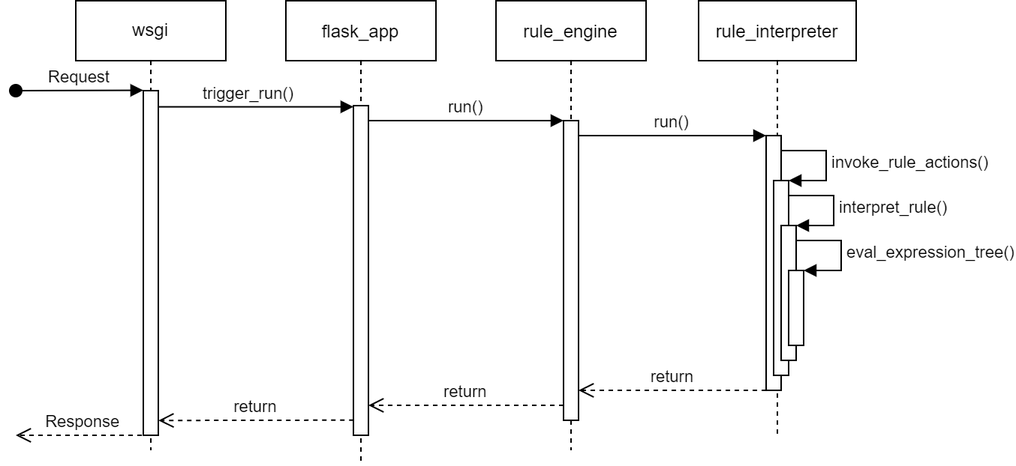
Before: images/regelmaschine_sequenz.png, a diagram exported from draw.io (daydar/master-thesis). Source tidied: cells renumbered, new cells last; positions are measured from the earlier drawing's top-left corner, leaving out a move shared by most shapes. Source of this version:
```xml
<mxGraphModel>
  <root>
    <mxCell id="0" />
    <mxCell id="1" parent="0" />
    <mxCell id="2" value="flask_app" style="shape=umlLifeline;perimeter=lifelinePerimeter;rounded=0;shadow=0;strokeWidth=1;" parent="1" vertex="1">
      <mxGeometry x="180" width="100" height="310" as="geometry" />
    </mxCell>
    <mxCell id="3" style="points=[];perimeter=orthogonalPerimeter;rounded=0;shadow=0;strokeWidth=1;" parent="2" vertex="1">
      <mxGeometry x="45" y="70" width="10" height="220" as="geometry" />
    </mxCell>
    <mxCell id="4" value="rule_engine" style="shape=umlLifeline;perimeter=lifelinePerimeter;rounded=0;shadow=0;strokeWidth=1;" parent="1" vertex="1">
      <mxGeometry x="320" width="100" height="300" as="geometry" />
    </mxCell>
    <mxCell id="5" style="points=[];perimeter=orthogonalPerimeter;rounded=0;shadow=0;strokeWidth=1;" parent="4" vertex="1">
      <mxGeometry x="45" y="80" width="10" height="200" as="geometry" />
    </mxCell>
    <mxCell id="6" value="return" style="verticalAlign=bottom;endArrow=open;dashed=1;endSize=8;exitX=0;exitY=0.95;shadow=0;strokeWidth=1;" parent="1" edge="1" source="5" target="3">
      <mxGeometry relative="1" as="geometry" />
    </mxCell>
    <mxCell id="7" value="run()" style="verticalAlign=bottom;endArrow=block;shadow=0;strokeWidth=1;entryX=0;entryY=0;entryDx=0;entryDy=0;entryPerimeter=0;" parent="1" edge="1" source="3" target="5">
      <mxGeometry relative="1" as="geometry" />
    </mxCell>
    <mxCell id="8" value="rule_interpreter" style="shape=umlLifeline;perimeter=lifelinePerimeter;rounded=0;shadow=0;strokeWidth=1;" parent="1" vertex="1">
      <mxGeometry x="455" width="105" height="290" as="geometry" />
    </mxCell>
    <mxCell id="9" style="perimeter=orthogonalPerimeter;rounded=0;shadow=0;strokeWidth=1;" parent="8" vertex="1">
      <mxGeometry x="45" y="90" width="10" height="170" as="geometry" />
    </mxCell>
    <mxCell id="10" style="html=1;points=[];perimeter=orthogonalPerimeter;" parent="8" vertex="1">
      <mxGeometry x="50" y="120" width="10" height="130" as="geometry" />
    </mxCell>
    <mxCell id="11" value="invoke_rule_actions()" style="edgeStyle=orthogonalEdgeStyle;html=1;align=left;spacingLeft=2;endArrow=block;rounded=0;entryX=1;entryY=0;" parent="8" edge="1" target="10">
      <mxGeometry relative="1" as="geometry">
        <mxPoint x="55" y="100" as="sourcePoint" />
        <Array as="points">
          <mxPoint x="85" y="100" />
        </Array>
      </mxGeometry>
    </mxCell>
    <mxCell id="12" style="html=1;points=[];perimeter=orthogonalPerimeter;" parent="8" vertex="1">
      <mxGeometry x="55" y="150" width="10" height="90" as="geometry" />
    </mxCell>
    <mxCell id="13" value="interpret_rule()" style="edgeStyle=orthogonalEdgeStyle;html=1;align=left;spacingLeft=2;endArrow=block;rounded=0;entryX=1;entryY=0;" parent="8" edge="1" target="12">
      <mxGeometry relative="1" as="geometry">
        <mxPoint x="60" y="130" as="sourcePoint" />
        <Array as="points">
          <mxPoint x="90" y="130" />
        </Array>
      </mxGeometry>
    </mxCell>
    <mxCell id="14" style="html=1;points=[];perimeter=orthogonalPerimeter;" parent="8" vertex="1">
      <mxGeometry x="60" y="180" width="10" height="50" as="geometry" />
    </mxCell>
    <mxCell id="15" value="eval_expression_tree()" style="edgeStyle=orthogonalEdgeStyle;html=1;align=left;spacingLeft=2;endArrow=block;rounded=0;entryX=1;entryY=0;" parent="8" edge="1" target="14">
      <mxGeometry relative="1" as="geometry">
        <mxPoint x="65" y="160" as="sourcePoint" />
        <Array as="points">
          <mxPoint x="95" y="160" />
        </Array>
      </mxGeometry>
    </mxCell>
    <mxCell id="16" value="run()" style="verticalAlign=bottom;endArrow=block;shadow=0;strokeWidth=1;exitX=1;exitY=0.05;exitDx=0;exitDy=0;exitPerimeter=0;" parent="1" edge="1" source="5">
      <mxGeometry relative="1" as="geometry">
        <mxPoint x="500" y="90" as="targetPoint" />
      </mxGeometry>
    </mxCell>
    <mxCell id="17" value="return" style="verticalAlign=bottom;endArrow=open;dashed=1;endSize=8;exitX=0;exitY=0.95;shadow=0;strokeWidth=1;entryX=1;entryY=0.9;entryDx=0;entryDy=0;entryPerimeter=0;" parent="1" edge="1" target="5">
      <mxGeometry relative="1" as="geometry">
        <mxPoint x="500" y="260" as="sourcePoint" />
      </mxGeometry>
    </mxCell>
    <mxCell id="18" value="trigger_run()" style="verticalAlign=bottom;startArrow=none;endArrow=block;startSize=8;shadow=0;strokeWidth=1;exitX=0.998;exitY=0.045;exitDx=0;exitDy=0;exitPerimeter=0;startFill=0;" parent="1" edge="1" target="3">
      <mxGeometry relative="1" as="geometry">
        <mxPoint x="85" y="70.8" as="sourcePoint" />
      </mxGeometry>
    </mxCell>
    <mxCell id="19" value="return" style="verticalAlign=bottom;endArrow=open;dashed=1;endSize=8;shadow=0;strokeWidth=1;exitX=0.012;exitY=0.954;exitDx=0;exitDy=0;exitPerimeter=0;entryX=1.013;entryY=0.957;entryDx=0;entryDy=0;entryPerimeter=0;" parent="1" edge="1" source="3" target="21">
      <mxGeometry relative="1" as="geometry" />
    </mxCell>
    <mxCell id="20" value="wsgi" style="shape=umlLifeline;perimeter=lifelinePerimeter;whiteSpace=wrap;html=1;outlineConnect=0;" parent="1" vertex="1">
      <mxGeometry x="40" width="100" height="300" as="geometry" />
    </mxCell>
    <mxCell id="21" style="html=1;points=[];perimeter=orthogonalPerimeter;" parent="20" vertex="1">
      <mxGeometry x="45" y="60" width="10" height="230" as="geometry" />
    </mxCell>
    <mxCell id="22" value="Response" style="verticalAlign=bottom;endArrow=open;dashed=1;endSize=8;shadow=0;strokeWidth=1;exitX=0.012;exitY=0.954;exitDx=0;exitDy=0;exitPerimeter=0;" parent="1" edge="1">
      <mxGeometry relative="1" as="geometry">
        <mxPoint x="90" y="290" as="sourcePoint" />
        <mxPoint y="290" as="targetPoint" />
      </mxGeometry>
    </mxCell>
    <mxCell id="23" value="Request" style="html=1;verticalAlign=bottom;startArrow=oval;startFill=1;endArrow=block;startSize=8;rounded=0;entryX=-0.005;entryY=-0.001;entryDx=0;entryDy=0;entryPerimeter=0;" parent="1" edge="1" target="21">
      <mxGeometry relative="1" as="geometry">
        <mxPoint y="60" as="sourcePoint" />
      </mxGeometry>
    </mxCell>
  </root>
</mxGraphModel>
```
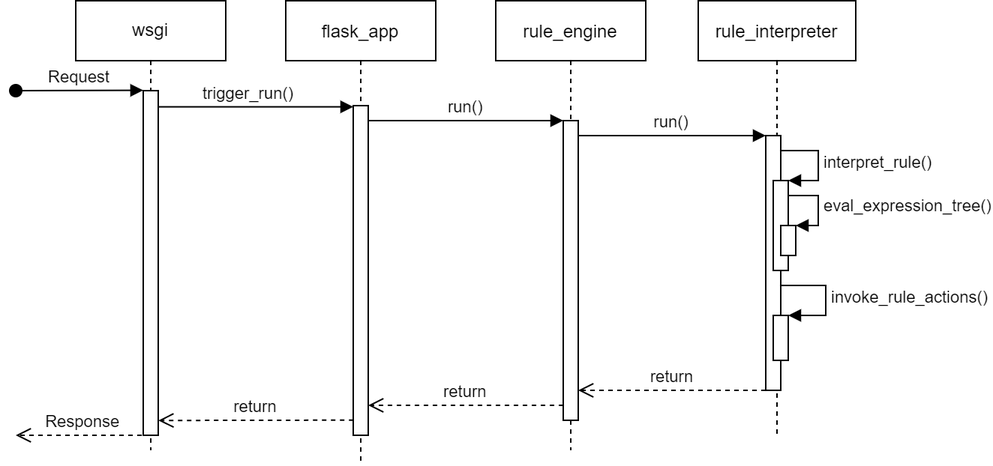
After the change.

Commit message:
fix: correct sequence image

Diff of the diagram source:
```diff
@@ -27,71 +27,71 @@
       <mxGeometry x="45" y="90" width="10" height="170" as="geometry" />
     </mxCell>
     <mxCell id="10" style="html=1;points=[];perimeter=orthogonalPerimeter;" parent="8" vertex="1">
-      <mxGeometry x="50" y="120" width="10" height="130" as="geometry" />
+      <mxGeometry x="50" y="120" width="10" height="60" as="geometry" />
     </mxCell>
-    <mxCell id="11" value="invoke_rule_actions()" style="edgeStyle=orthogonalEdgeStyle;html=1;align=left;spacingLeft=2;endArrow=block;rounded=0;entryX=1;entryY=0;" parent="8" edge="1" target="10">
+    <mxCell id="11" value="interpret_rule()" style="edgeStyle=orthogonalEdgeStyle;html=1;align=left;spacingLeft=2;endArrow=block;rounded=0;entryX=1;entryY=0;" parent="8" edge="1" target="10">
       <mxGeometry relative="1" as="geometry">
         <mxPoint x="55" y="100" as="sourcePoint" />
         <Array as="points">
-          <mxPoint x="85" y="100" />
+          <mxPoint x="80" y="100" />
         </Array>
       </mxGeometry>
     </mxCell>
     <mxCell id="12" style="html=1;points=[];perimeter=orthogonalPerimeter;" parent="8" vertex="1">
-      <mxGeometry x="55" y="150" width="10" height="90" as="geometry" />
+      <mxGeometry x="55" y="150" width="10" height="20" as="geometry" />
     </mxCell>
-    <mxCell id="13" value="interpret_rule()" style="edgeStyle=orthogonalEdgeStyle;html=1;align=left;spacingLeft=2;endArrow=block;rounded=0;entryX=1;entryY=0;" parent="8" edge="1" target="12">
+    <mxCell id="13" value="eval_expression_tree()" style="edgeStyle=orthogonalEdgeStyle;html=1;align=left;spacingLeft=2;endArrow=block;rounded=0;entryX=1;entryY=0;" parent="8" edge="1" target="12">
       <mxGeometry relative="1" as="geometry">
         <mxPoint x="60" y="130" as="sourcePoint" />
         <Array as="points">
-          <mxPoint x="90" y="130" />
+          <mxPoint x="80" y="130" />
         </Array>
       </mxGeometry>
     </mxCell>
     <mxCell id="14" style="html=1;points=[];perimeter=orthogonalPerimeter;" parent="8" vertex="1">
-      <mxGeometry x="60" y="180" width="10" height="50" as="geometry" />
+      <mxGeometry x="50" y="210" width="10" height="30" as="geometry" />
     </mxCell>
-    <mxCell id="15" value="eval_expression_tree()" style="edgeStyle=orthogonalEdgeStyle;html=1;align=left;spacingLeft=2;endArrow=block;rounded=0;entryX=1;entryY=0;" parent="8" edge="1" target="14">
+    <mxCell id="15" value="run()" style="verticalAlign=bottom;endArrow=block;shadow=0;strokeWidth=1;exitX=1;exitY=0.05;exitDx=0;exitDy=0;exitPerimeter=0;" parent="1" edge="1" source="5">
       <mxGeometry relative="1" as="geometry">
-        <mxPoint x="65" y="160" as="sourcePoint" />
-        <Array as="points">
-          <mxPoint x="95" y="160" />
-        </Array>
+        <mxPoint x="500" y="90" as="targetPoint" />
       </mxGeometry>
     </mxCell>
-    <mxCell id="16" value="run()" style="verticalAlign=bottom;endArrow=block;shadow=0;strokeWidth=1;exitX=1;exitY=0.05;exitDx=0;exitDy=0;exitPerimeter=0;" parent="1" edge="1" source="5">
+    <mxCell id="16" value="return" style="verticalAlign=bottom;endArrow=open;dashed=1;endSize=8;exitX=0;exitY=0.95;shadow=0;strokeWidth=1;entryX=1;entryY=0.9;entryDx=0;entryDy=0;entryPerimeter=0;" parent="1" edge="1" target="5">
       <mxGeometry relative="1" as="geometry">
-        <mxPoint x="500" y="90" as="targetPoint" />
+        <mxPoint x="500" y="260" as="sourcePoint" />
       </mxGeometry>
     </mxCell>
-    <mxCell id="17" value="return" style="verticalAlign=bottom;endArrow=open;dashed=1;endSize=8;exitX=0;exitY=0.95;shadow=0;strokeWidth=1;entryX=1;entryY=0.9;entryDx=0;entryDy=0;entryPerimeter=0;" parent="1" edge="1" target="5">
+    <mxCell id="17" value="trigger_run()" style="verticalAlign=bottom;startArrow=none;endArrow=block;startSize=8;shadow=0;strokeWidth=1;exitX=0.998;exitY=0.045;exitDx=0;exitDy=0;exitPerimeter=0;startFill=0;" parent="1" edge="1" target="3">
       <mxGeometry relative="1" as="geometry">
-        <mxPoint x="500" y="260" as="sourcePoint" />
+        <mxPoint x="85" y="70.8" as="sourcePoint" />
       </mxGeometry>
     </mxCell>
-    <mxCell id="18" value="trigger_run()" style="verticalAlign=bottom;startArrow=none;endArrow=block;startSize=8;shadow=0;strokeWidth=1;exitX=0.998;exitY=0.045;exitDx=0;exitDy=0;exitPerimeter=0;startFill=0;" parent="1" edge="1" target="3">
-      <mxGeometry relative="1" as="geometry">
-        <mxPoint x="85" y="70.8" as="sourcePoint" />
-      </mxGeometry>
+    <mxCell id="18" value="return" style="verticalAlign=bottom;endArrow=open;dashed=1;endSize=8;shadow=0;strokeWidth=1;exitX=0.012;exitY=0.954;exitDx=0;exitDy=0;exitPerimeter=0;entryX=1.013;entryY=0.957;entryDx=0;entryDy=0;entryPerimeter=0;" parent="1" edge="1" source="3" target="20">
+      <mxGeometry relative="1" as="geometry" />
     </mxCell>
-    <mxCell id="19" value="return" style="verticalAlign=bottom;endArrow=open;dashed=1;endSize=8;shadow=0;strokeWidth=1;exitX=0.012;exitY=0.954;exitDx=0;exitDy=0;exitPerimeter=0;entryX=1.013;entryY=0.957;entryDx=0;entryDy=0;entryPerimeter=0;" parent="1" edge="1" source="3" target="21">
-      <mxGeometry relative="1" as="geometry" />
+    <mxCell id="19" value="wsgi" style="shape=umlLifeline;perimeter=lifelinePerimeter;whiteSpace=wrap;html=1;" parent="1" vertex="1">
+      <mxGeometry x="40" width="100" height="300" as="geometry" />
     </mxCell>
-    <mxCell id="20" value="wsgi" style="shape=umlLifeline;perimeter=lifelinePerimeter;whiteSpace=wrap;html=1;outlineConnect=0;" parent="1" vertex="1">
-      <mxGeometry x="40" width="100" height="300" as="geometry" />
+    <mxCell id="20" style="html=1;points=[];perimeter=orthogonalPerimeter;" parent="19" vertex="1">
+      <mxGeometry x="45" y="60" width="10" height="230" as="geometry" />
     </mxCell>
-    <mxCell id="21" style="html=1;points=[];perimeter=orthogonalPerimeter;" parent="20" vertex="1">
-      <mxGeometry x="45" y="60" width="10" height="230" as="geometry" />
+    <mxCell id="21" value="Response" style="verticalAlign=bottom;endArrow=open;dashed=1;endSize=8;shadow=0;strokeWidth=1;exitX=0.012;exitY=0.954;exitDx=0;exitDy=0;exitPerimeter=0;" parent="1" edge="1">
+      <mxGeometry relative="1" as="geometry">
+        <mxPoint x="90" y="290" as="sourcePoint" />
+        <mxPoint y="290" as="targetPoint" />
+      </mxGeometry>
     </mxCell>
-    <mxCell id="22" value="Response" style="verticalAlign=bottom;endArrow=open;dashed=1;endSize=8;shadow=0;strokeWidth=1;exitX=0.012;exitY=0.954;exitDx=0;exitDy=0;exitPerimeter=0;" parent="1" edge="1">
+    <mxCell id="22" value="Request" style="html=1;verticalAlign=bottom;startArrow=oval;startFill=1;endArrow=block;startSize=8;rounded=0;entryX=-0.005;entryY=-0.001;entryDx=0;entryDy=0;entryPerimeter=0;" parent="1" edge="1" target="20">
       <mxGeometry relative="1" as="geometry">
-        <mxPoint x="90" y="290" as="sourcePoint" />
-        <mxPoint y="290" as="targetPoint" />
+        <mxPoint y="60" as="sourcePoint" />
       </mxGeometry>
     </mxCell>
-    <mxCell id="23" value="Request" style="html=1;verticalAlign=bottom;startArrow=oval;startFill=1;endArrow=block;startSize=8;rounded=0;entryX=-0.005;entryY=-0.001;entryDx=0;entryDy=0;entryPerimeter=0;" parent="1" edge="1" target="21">
+    <mxCell id="23" value="invoke_rule_actions()" style="edgeStyle=orthogonalEdgeStyle;html=1;align=left;spacingLeft=2;endArrow=block;rounded=0;entryX=1;entryY=0;" parent="1" edge="1" target="14">
       <mxGeometry relative="1" as="geometry">
-        <mxPoint y="60" as="sourcePoint" />
+        <mxPoint x="510" y="190" as="sourcePoint" />
+        <Array as="points">
+          <mxPoint x="540" y="190" />
+        </Array>
       </mxGeometry>
     </mxCell>
   </root>
```
